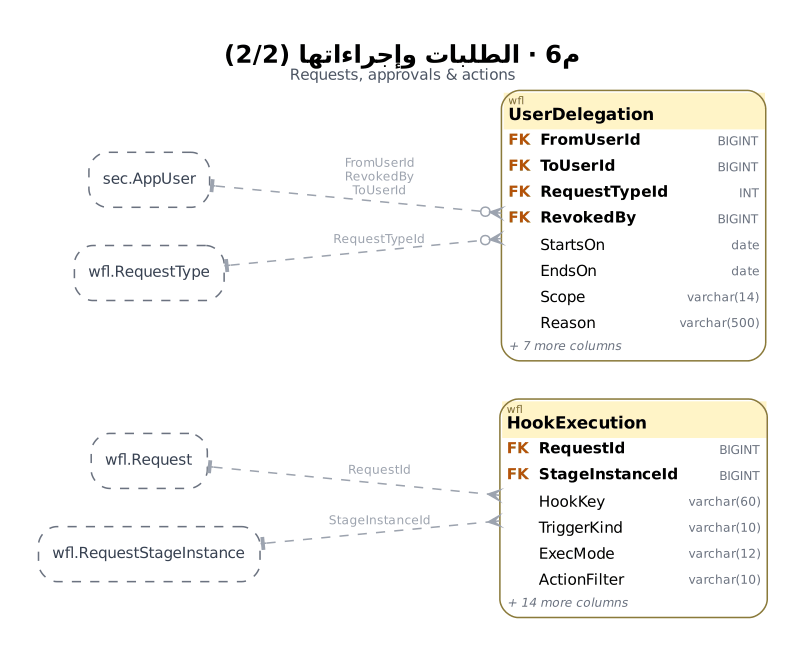
Before: treasury-platform/docs/diagrams/pro/m6_requests_2.png, a diagram exported from Graphviz (thawrasy/smartlines). Its source is kept beside it as treasury-platform/docs/diagrams/pro/src/m6_requests_2.dot. The source it was exported from:
```dot
digraph G {
  graph [fontname="DejaVu Sans", label=<<B><FONT POINT-SIZE="16">م6 · الطلبات وإجراءاتها (2/2)</FONT></B><BR/><FONT POINT-SIZE="10" COLOR="#4B5563">Requests, approvals &amp; actions</FONT>>, labelloc=t, rankdir=LR, splines=true, nodesep=0.35, ranksep=1.25, pad=0.35, bgcolor="white", dpi=110];
  node [fontname="DejaVu Sans", fontsize=10];
  edge [fontname="DejaVu Sans", fontsize=8, color="#374151", arrowsize=0.75];
  "wfl.HookExecution" [shape=plain, label=<<TABLE BORDER="1" COLOR="#8A7A3A" CELLBORDER="0" CELLSPACING="0" CELLPADDING="3" STYLE="rounded" BGCOLOR="white"><TR><TD COLSPAN="3" BGCOLOR="#FFF4C7" ALIGN="LEFT"><FONT POINT-SIZE="7" COLOR="#7A6A2E">wfl</FONT><BR ALIGN="LEFT"/><FONT POINT-SIZE="11"><B>HookExecution</B></FONT></TD></TR><TR><TD ALIGN="LEFT"><FONT COLOR="#B45309"><B>FK</B></FONT></TD><TD ALIGN="LEFT"><B>RequestId</B></TD><TD ALIGN="RIGHT"><FONT COLOR="#6B7280" POINT-SIZE="8">BIGINT</FONT></TD></TR><TR><TD ALIGN="LEFT"><FONT COLOR="#B45309"><B>FK</B></FONT></TD><TD ALIGN="LEFT"><B>StageInstanceId</B></TD><TD ALIGN="RIGHT"><FONT COLOR="#6B7280" POINT-SIZE="8">BIGINT</FONT></TD></TR><TR><TD ALIGN="LEFT"></TD><TD ALIGN="LEFT">HookKey</TD><TD ALIGN="RIGHT"><FONT COLOR="#6B7280" POINT-SIZE="8">varchar(60)</FONT></TD></TR><TR><TD ALIGN="LEFT"></TD><TD ALIGN="LEFT">TriggerKind</TD><TD ALIGN="RIGHT"><FONT COLOR="#6B7280" POINT-SIZE="8">varchar(10)</FONT></TD></TR><TR><TD ALIGN="LEFT"></TD><TD ALIGN="LEFT">ExecMode</TD><TD ALIGN="RIGHT"><FONT COLOR="#6B7280" POINT-SIZE="8">varchar(12)</FONT></TD></TR><TR><TD ALIGN="LEFT"></TD><TD ALIGN="LEFT">ActionFilter</TD><TD ALIGN="RIGHT"><FONT COLOR="#6B7280" POINT-SIZE="8">varchar(10)</FONT></TD></TR><TR><TD COLSPAN="3" ALIGN="LEFT"><FONT POINT-SIZE="8" COLOR="#6B7280"><I>+ 14 more columns</I></FONT></TD></TR></TABLE>>];
  "wfl.UserDelegation" [shape=plain, label=<<TABLE BORDER="1" COLOR="#8A7A3A" CELLBORDER="0" CELLSPACING="0" CELLPADDING="3" STYLE="rounded" BGCOLOR="white"><TR><TD COLSPAN="3" BGCOLOR="#FFF4C7" ALIGN="LEFT"><FONT POINT-SIZE="7" COLOR="#7A6A2E">wfl</FONT><BR ALIGN="LEFT"/><FONT POINT-SIZE="11"><B>UserDelegation</B></FONT></TD></TR><TR><TD ALIGN="LEFT"><FONT COLOR="#B45309"><B>FK</B></FONT></TD><TD ALIGN="LEFT"><B>FromUserId</B></TD><TD ALIGN="RIGHT"><FONT COLOR="#6B7280" POINT-SIZE="8">BIGINT</FONT></TD></TR><TR><TD ALIGN="LEFT"><FONT COLOR="#B45309"><B>FK</B></FONT></TD><TD ALIGN="LEFT"><B>ToUserId</B></TD><TD ALIGN="RIGHT"><FONT COLOR="#6B7280" POINT-SIZE="8">BIGINT</FONT></TD></TR><TR><TD ALIGN="LEFT"><FONT COLOR="#B45309"><B>FK</B></FONT></TD><TD ALIGN="LEFT"><B>RequestTypeId</B></TD><TD ALIGN="RIGHT"><FONT COLOR="#6B7280" POINT-SIZE="8">INT</FONT></TD></TR><TR><TD ALIGN="LEFT"><FONT COLOR="#B45309"><B>FK</B></FONT></TD><TD ALIGN="LEFT"><B>RevokedBy</B></TD><TD ALIGN="RIGHT"><FONT COLOR="#6B7280" POINT-SIZE="8">BIGINT</FONT></TD></TR><TR><TD ALIGN="LEFT"></TD><TD ALIGN="LEFT">StartsOn</TD><TD ALIGN="RIGHT"><FONT COLOR="#6B7280" POINT-SIZE="8">date</FONT></TD></TR><TR><TD ALIGN="LEFT"></TD><TD ALIGN="LEFT">EndsOn</TD><TD ALIGN="RIGHT"><FONT COLOR="#6B7280" POINT-SIZE="8">date</FONT></TD></TR><TR><TD ALIGN="LEFT"></TD><TD ALIGN="LEFT">Scope</TD><TD ALIGN="RIGHT"><FONT COLOR="#6B7280" POINT-SIZE="8">varchar(14)</FONT></TD></TR><TR><TD ALIGN="LEFT"></TD><TD ALIGN="LEFT">Reason</TD><TD ALIGN="RIGHT"><FONT COLOR="#6B7280" POINT-SIZE="8">varchar(500)</FONT></TD></TR><TR><TD COLSPAN="3" ALIGN="LEFT"><FONT POINT-SIZE="8" COLOR="#6B7280"><I>+ 7 more columns</I></FONT></TD></TR></TABLE>>];
  "sec.AppUser" [shape=box, style="rounded,dashed", color="#6B7280", fontcolor="#374151", margin="0.12,0.05", label="sec.AppUser"];
  "wfl.Request" [shape=box, style="rounded,dashed", color="#6B7280", fontcolor="#374151", margin="0.12,0.05", label="wfl.Request"];
  "wfl.RequestStageInstance" [shape=box, style="rounded,dashed", color="#6B7280", fontcolor="#374151", margin="0.12,0.05", label="wfl.RequestStageInstance"];
  "wfl.RequestType" [shape=box, style="rounded,dashed", color="#6B7280", fontcolor="#374151", margin="0.12,0.05", label="wfl.RequestType"];
  "sec.AppUser" -> "wfl.UserDelegation" [dir=both, arrowtail=tee, arrowhead=crowodot, style=dashed, color="#9CA3AF", fontcolor="#9CA3AF", label="FromUserId\nRevokedBy\nToUserId"];
  "wfl.Request" -> "wfl.HookExecution" [dir=both, arrowtail=tee, arrowhead=crow, style=dashed, color="#9CA3AF", fontcolor="#9CA3AF", label="RequestId"];
  "wfl.RequestStageInstance" -> "wfl.HookExecution" [dir=both, arrowtail=tee, arrowhead=crow, style=dashed, color="#9CA3AF", fontcolor="#9CA3AF", label="StageInstanceId"];
  "wfl.RequestType" -> "wfl.UserDelegation" [dir=both, arrowtail=tee, arrowhead=crowodot, style=dashed, color="#9CA3AF", fontcolor="#9CA3AF", label="RequestTypeId"];
}
```
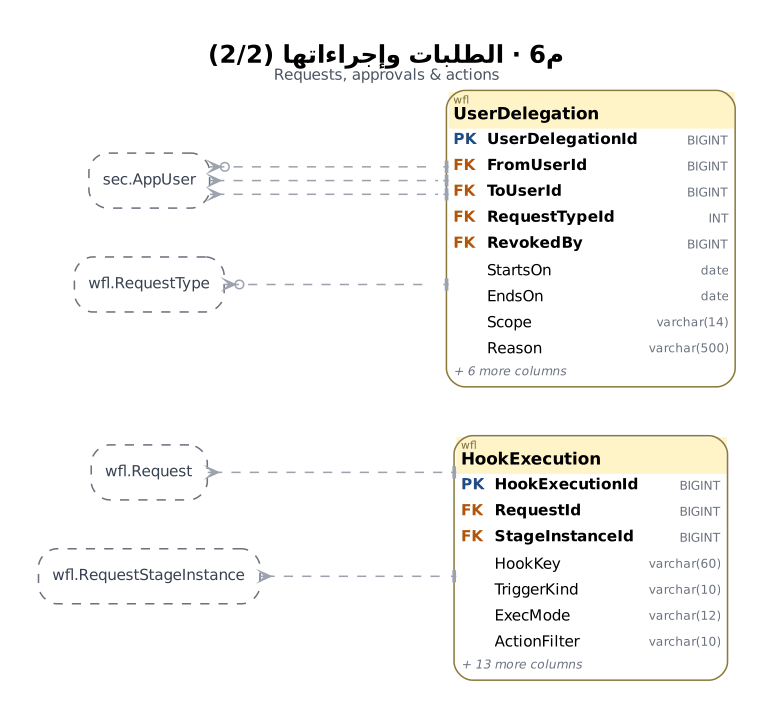
Later version of the same file.

What changed in the source:
```diff
@@ -1,15 +1,17 @@
 digraph G {
-  graph [fontname="DejaVu Sans", label=<<B><FONT POINT-SIZE="16">م6 · الطلبات وإجراءاتها (2/2)</FONT></B><BR/><FONT POINT-SIZE="10" COLOR="#4B5563">Requests, approvals &amp; actions</FONT>>, labelloc=t, rankdir=LR, splines=true, nodesep=0.35, ranksep=1.25, pad=0.35, bgcolor="white", dpi=110];
+  graph [fontname="DejaVu Sans", label=<<B><FONT POINT-SIZE="16">م6 · الطلبات وإجراءاتها (2/2)</FONT></B><BR/><FONT POINT-SIZE="10" COLOR="#4B5563">Requests, approvals &amp; actions</FONT>>, labelloc=t, rankdir=LR, splines=ortho, nodesep=0.45, ranksep=1.7, pad=0.35, bgcolor="white", dpi=110];
   node [fontname="DejaVu Sans", fontsize=10];
   edge [fontname="DejaVu Sans", fontsize=8, color="#374151", arrowsize=0.75];
-  "wfl.HookExecution" [shape=plain, label=<<TABLE BORDER="1" COLOR="#8A7A3A" CELLBORDER="0" CELLSPACING="0" CELLPADDING="3" STYLE="rounded" BGCOLOR="white"><TR><TD COLSPAN="3" BGCOLOR="#FFF4C7" ALIGN="LEFT"><FONT POINT-SIZE="7" COLOR="#7A6A2E">wfl</FONT><BR ALIGN="LEFT"/><FONT POINT-SIZE="11"><B>HookExecution</B></FONT></TD></TR><TR><TD ALIGN="LEFT"><FONT COLOR="#B45309"><B>FK</B></FONT></TD><TD ALIGN="LEFT"><B>RequestId</B></TD><TD ALIGN="RIGHT"><FONT COLOR="#6B7280" POINT-SIZE="8">BIGINT</FONT></TD></TR><TR><TD ALIGN="LEFT"><FONT COLOR="#B45309"><B>FK</B></FONT></TD><TD ALIGN="LEFT"><B>StageInstanceId</B></TD><TD ALIGN="RIGHT"><FONT COLOR="#6B7280" POINT-SIZE="8">BIGINT</FONT></TD></TR><TR><TD ALIGN="LEFT"></TD><TD ALIGN="LEFT">HookKey</TD><TD ALIGN="RIGHT"><FONT COLOR="#6B7280" POINT-SIZE="8">varchar(60)</FONT></TD></TR><TR><TD ALIGN="LEFT"></TD><TD ALIGN="LEFT">TriggerKind</TD><TD ALIGN="RIGHT"><FONT COLOR="#6B7280" POINT-SIZE="8">varchar(10)</FONT></TD></TR><TR><TD ALIGN="LEFT"></TD><TD ALIGN="LEFT">ExecMode</TD><TD ALIGN="RIGHT"><FONT COLOR="#6B7280" POINT-SIZE="8">varchar(12)</FONT></TD></TR><TR><TD ALIGN="LEFT"></TD><TD ALIGN="LEFT">ActionFilter</TD><TD ALIGN="RIGHT"><FONT COLOR="#6B7280" POINT-SIZE="8">varchar(10)</FONT></TD></TR><TR><TD COLSPAN="3" ALIGN="LEFT"><FONT POINT-SIZE="8" COLOR="#6B7280"><I>+ 14 more columns</I></FONT></TD></TR></TABLE>>];
-  "wfl.UserDelegation" [shape=plain, label=<<TABLE BORDER="1" COLOR="#8A7A3A" CELLBORDER="0" CELLSPACING="0" CELLPADDING="3" STYLE="rounded" BGCOLOR="white"><TR><TD COLSPAN="3" BGCOLOR="#FFF4C7" ALIGN="LEFT"><FONT POINT-SIZE="7" COLOR="#7A6A2E">wfl</FONT><BR ALIGN="LEFT"/><FONT POINT-SIZE="11"><B>UserDelegation</B></FONT></TD></TR><TR><TD ALIGN="LEFT"><FONT COLOR="#B45309"><B>FK</B></FONT></TD><TD ALIGN="LEFT"><B>FromUserId</B></TD><TD ALIGN="RIGHT"><FONT COLOR="#6B7280" POINT-SIZE="8">BIGINT</FONT></TD></TR><TR><TD ALIGN="LEFT"><FONT COLOR="#B45309"><B>FK</B></FONT></TD><TD ALIGN="LEFT"><B>ToUserId</B></TD><TD ALIGN="RIGHT"><FONT COLOR="#6B7280" POINT-SIZE="8">BIGINT</FONT></TD></TR><TR><TD ALIGN="LEFT"><FONT COLOR="#B45309"><B>FK</B></FONT></TD><TD ALIGN="LEFT"><B>RequestTypeId</B></TD><TD ALIGN="RIGHT"><FONT COLOR="#6B7280" POINT-SIZE="8">INT</FONT></TD></TR><TR><TD ALIGN="LEFT"><FONT COLOR="#B45309"><B>FK</B></FONT></TD><TD ALIGN="LEFT"><B>RevokedBy</B></TD><TD ALIGN="RIGHT"><FONT COLOR="#6B7280" POINT-SIZE="8">BIGINT</FONT></TD></TR><TR><TD ALIGN="LEFT"></TD><TD ALIGN="LEFT">StartsOn</TD><TD ALIGN="RIGHT"><FONT COLOR="#6B7280" POINT-SIZE="8">date</FONT></TD></TR><TR><TD ALIGN="LEFT"></TD><TD ALIGN="LEFT">EndsOn</TD><TD ALIGN="RIGHT"><FONT COLOR="#6B7280" POINT-SIZE="8">date</FONT></TD></TR><TR><TD ALIGN="LEFT"></TD><TD ALIGN="LEFT">Scope</TD><TD ALIGN="RIGHT"><FONT COLOR="#6B7280" POINT-SIZE="8">varchar(14)</FONT></TD></TR><TR><TD ALIGN="LEFT"></TD><TD ALIGN="LEFT">Reason</TD><TD ALIGN="RIGHT"><FONT COLOR="#6B7280" POINT-SIZE="8">varchar(500)</FONT></TD></TR><TR><TD COLSPAN="3" ALIGN="LEFT"><FONT POINT-SIZE="8" COLOR="#6B7280"><I>+ 7 more columns</I></FONT></TD></TR></TABLE>>];
+  "wfl.HookExecution" [shape=plain, label=<<TABLE BORDER="1" COLOR="#8A7A3A" CELLBORDER="0" CELLSPACING="0" CELLPADDING="3" STYLE="rounded" BGCOLOR="white"><TR><TD COLSPAN="3" BGCOLOR="#FFF4C7" ALIGN="LEFT"><FONT POINT-SIZE="7" COLOR="#7A6A2E">wfl</FONT><BR ALIGN="LEFT"/><FONT POINT-SIZE="11"><B>HookExecution</B></FONT></TD></TR><TR><TD ALIGN="LEFT" PORT="HookExecutionId"><FONT COLOR="#1D4E89"><B>PK</B></FONT></TD><TD ALIGN="LEFT" PORT="HookExecutionId"><B>HookExecutionId</B></TD><TD ALIGN="RIGHT" PORT="HookExecutionId"><FONT COLOR="#6B7280" POINT-SIZE="8">BIGINT</FONT></TD></TR><TR><TD ALIGN="LEFT" PORT="RequestId"><FONT COLOR="#B45309"><B>FK</B></FONT></TD><TD ALIGN="LEFT" PORT="RequestId"><B>RequestId</B></TD><TD ALIGN="RIGHT" PORT="RequestId"><FONT COLOR="#6B7280" POINT-SIZE="8">BIGINT</FONT></TD></TR><TR><TD ALIGN="LEFT" PORT="StageInstanceId"><FONT COLOR="#B45309"><B>FK</B></FONT></TD><TD ALIGN="LEFT" PORT="StageInstanceId"><B>StageInstanceId</B></TD><TD ALIGN="RIGHT" PORT="StageInstanceId"><FONT COLOR="#6B7280" POINT-SIZE="8">BIGINT</FONT></TD></TR><TR><TD ALIGN="LEFT"></TD><TD ALIGN="LEFT">HookKey</TD><TD ALIGN="RIGHT"><FONT COLOR="#6B7280" POINT-SIZE="8">varchar(60)</FONT></TD></TR><TR><TD ALIGN="LEFT"></TD><TD ALIGN="LEFT">TriggerKind</TD><TD ALIGN="RIGHT"><FONT COLOR="#6B7280" POINT-SIZE="8">varchar(10)</FONT></TD></TR><TR><TD ALIGN="LEFT"></TD><TD ALIGN="LEFT">ExecMode</TD><TD ALIGN="RIGHT"><FONT COLOR="#6B7280" POINT-SIZE="8">varchar(12)</FONT></TD></TR><TR><TD ALIGN="LEFT"></TD><TD ALIGN="LEFT">ActionFilter</TD><TD ALIGN="RIGHT"><FONT COLOR="#6B7280" POINT-SIZE="8">varchar(10)</FONT></TD></TR><TR><TD COLSPAN="3" ALIGN="LEFT"><FONT POINT-SIZE="8" COLOR="#6B7280"><I>+ 13 more columns</I></FONT></TD></TR></TABLE>>];
+  "wfl.UserDelegation" [shape=plain, label=<<TABLE BORDER="1" COLOR="#8A7A3A" CELLBORDER="0" CELLSPACING="0" CELLPADDING="3" STYLE="rounded" BGCOLOR="white"><TR><TD COLSPAN="3" BGCOLOR="#FFF4C7" ALIGN="LEFT"><FONT POINT-SIZE="7" COLOR="#7A6A2E">wfl</FONT><BR ALIGN="LEFT"/><FONT POINT-SIZE="11"><B>UserDelegation</B></FONT></TD></TR><TR><TD ALIGN="LEFT" PORT="UserDelegationId"><FONT COLOR="#1D4E89"><B>PK</B></FONT></TD><TD ALIGN="LEFT" PORT="UserDelegationId"><B>UserDelegationId</B></TD><TD ALIGN="RIGHT" PORT="UserDelegationId"><FONT COLOR="#6B7280" POINT-SIZE="8">BIGINT</FONT></TD></TR><TR><TD ALIGN="LEFT" PORT="FromUserId"><FONT COLOR="#B45309"><B>FK</B></FONT></TD><TD ALIGN="LEFT" PORT="FromUserId"><B>FromUserId</B></TD><TD ALIGN="RIGHT" PORT="FromUserId"><FONT COLOR="#6B7280" POINT-SIZE="8">BIGINT</FONT></TD></TR><TR><TD ALIGN="LEFT" PORT="ToUserId"><FONT COLOR="#B45309"><B>FK</B></FONT></TD><TD ALIGN="LEFT" PORT="ToUserId"><B>ToUserId</B></TD><TD ALIGN="RIGHT" PORT="ToUserId"><FONT COLOR="#6B7280" POINT-SIZE="8">BIGINT</FONT></TD></TR><TR><TD ALIGN="LEFT" PORT="RequestTypeId"><FONT COLOR="#B45309"><B>FK</B></FONT></TD><TD ALIGN="LEFT" PORT="RequestTypeId"><B>RequestTypeId</B></TD><TD ALIGN="RIGHT" PORT="RequestTypeId"><FONT COLOR="#6B7280" POINT-SIZE="8">INT</FONT></TD></TR><TR><TD ALIGN="LEFT" PORT="RevokedBy"><FONT COLOR="#B45309"><B>FK</B></FONT></TD><TD ALIGN="LEFT" PORT="RevokedBy"><B>RevokedBy</B></TD><TD ALIGN="RIGHT" PORT="RevokedBy"><FONT COLOR="#6B7280" POINT-SIZE="8">BIGINT</FONT></TD></TR><TR><TD ALIGN="LEFT"></TD><TD ALIGN="LEFT">StartsOn</TD><TD ALIGN="RIGHT"><FONT COLOR="#6B7280" POINT-SIZE="8">date</FONT></TD></TR><TR><TD ALIGN="LEFT"></TD><TD ALIGN="LEFT">EndsOn</TD><TD ALIGN="RIGHT"><FONT COLOR="#6B7280" POINT-SIZE="8">date</FONT></TD></TR><TR><TD ALIGN="LEFT"></TD><TD ALIGN="LEFT">Scope</TD><TD ALIGN="RIGHT"><FONT COLOR="#6B7280" POINT-SIZE="8">varchar(14)</FONT></TD></TR><TR><TD ALIGN="LEFT"></TD><TD ALIGN="LEFT">Reason</TD><TD ALIGN="RIGHT"><FONT COLOR="#6B7280" POINT-SIZE="8">varchar(500)</FONT></TD></TR><TR><TD COLSPAN="3" ALIGN="LEFT"><FONT POINT-SIZE="8" COLOR="#6B7280"><I>+ 6 more columns</I></FONT></TD></TR></TABLE>>];
   "sec.AppUser" [shape=box, style="rounded,dashed", color="#6B7280", fontcolor="#374151", margin="0.12,0.05", label="sec.AppUser"];
   "wfl.Request" [shape=box, style="rounded,dashed", color="#6B7280", fontcolor="#374151", margin="0.12,0.05", label="wfl.Request"];
   "wfl.RequestStageInstance" [shape=box, style="rounded,dashed", color="#6B7280", fontcolor="#374151", margin="0.12,0.05", label="wfl.RequestStageInstance"];
   "wfl.RequestType" [shape=box, style="rounded,dashed", color="#6B7280", fontcolor="#374151", margin="0.12,0.05", label="wfl.RequestType"];
-  "sec.AppUser" -> "wfl.UserDelegation" [dir=both, arrowtail=tee, arrowhead=crowodot, style=dashed, color="#9CA3AF", fontcolor="#9CA3AF", label="FromUserId\nRevokedBy\nToUserId"];
-  "wfl.Request" -> "wfl.HookExecution" [dir=both, arrowtail=tee, arrowhead=crow, style=dashed, color="#9CA3AF", fontcolor="#9CA3AF", label="RequestId"];
-  "wfl.RequestStageInstance" -> "wfl.HookExecution" [dir=both, arrowtail=tee, arrowhead=crow, style=dashed, color="#9CA3AF", fontcolor="#9CA3AF", label="StageInstanceId"];
-  "wfl.RequestType" -> "wfl.UserDelegation" [dir=both, arrowtail=tee, arrowhead=crowodot, style=dashed, color="#9CA3AF", fontcolor="#9CA3AF", label="RequestTypeId"];
+  "wfl.Request" -> "wfl.HookExecution":"RequestId":w [dir=both, arrowtail=tee, arrowhead=crow, style=dashed, color="#9CA3AF", arrowsize=0.7];
+  "wfl.RequestStageInstance" -> "wfl.HookExecution":"StageInstanceId":w [dir=both, arrowtail=tee, arrowhead=crow, style=dashed, color="#9CA3AF", arrowsize=0.7];
+  "sec.AppUser" -> "wfl.UserDelegation":"FromUserId":w [dir=both, arrowtail=tee, arrowhead=crow, style=dashed, color="#9CA3AF", arrowsize=0.7];
+  "sec.AppUser" -> "wfl.UserDelegation":"ToUserId":w [dir=both, arrowtail=tee, arrowhead=crow, style=dashed, color="#9CA3AF", arrowsize=0.7];
+  "wfl.RequestType" -> "wfl.UserDelegation":"RequestTypeId":w [dir=both, arrowtail=tee, arrowhead=crowodot, style=dashed, color="#9CA3AF", arrowsize=0.7];
+  "sec.AppUser" -> "wfl.UserDelegation":"RevokedBy":w [dir=both, arrowtail=tee, arrowhead=crowodot, style=dashed, color="#9CA3AF", arrowsize=0.7];
 }
```
